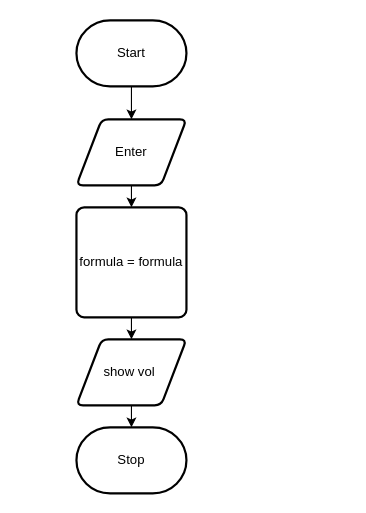
Johanna-liu16/ICS2O-Unit-5-07-JS keeps this draw.io diagram as design/flowchart.drawio. Above is the earlier version. Source tidied: cells renumbered, new cells numbered last; positions are measured from the earlier drawing's top-left corner, leaving out a move shared by most shapes. Both pictures are drawn from the tidied source at 110%, with x=0, y=0 at pixel (76, 20).
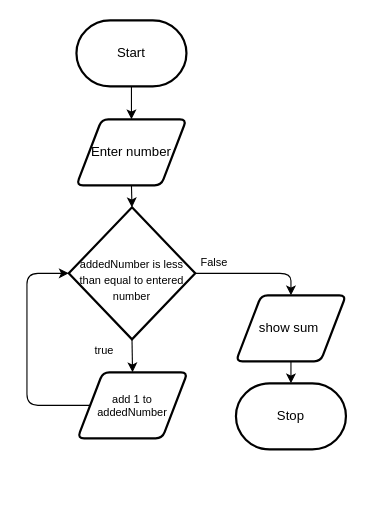
The same page after the edit.

The edit, as a diff of the source:
```diff
@@
 <mxGraphModel>
   <root>
     <mxCell id="0" />
     <mxCell id="1" parent="0" />
     <mxCell id="2" style="edgeStyle=none;html=1;exitX=0.5;exitY=1;exitDx=0;exitDy=0;exitPerimeter=0;entryX=0.5;entryY=0;entryDx=0;entryDy=0;" parent="1" edge="1" source="3" target="5">
       <mxGeometry relative="1" as="geometry" />
     </mxCell>
     <mxCell id="3" value="Start" style="strokeWidth=2;html=1;shape=mxgraph.flowchart.terminator;whiteSpace=wrap;" parent="1" vertex="1">
       <mxGeometry width="100" height="60" as="geometry" />
     </mxCell>
-    <mxCell id="4" style="edgeStyle=none;html=1;exitX=0.5;exitY=1;exitDx=0;exitDy=0;" parent="1" edge="1" source="5" target="7">
-      <mxGeometry relative="1" as="geometry" />
-    </mxCell>
+    <mxCell id="11" style="edgeStyle=none;html=1;exitX=0.5;exitY=1;exitDx=0;exitDy=0;entryX=0.5;entryY=0;entryDx=0;entryDy=0;entryPerimeter=0;fontSize=10;" parent="1" edge="1" source="5" target="14">
+      <mxGeometry relative="1" as="geometry" />
+    </mxCell>
-    <mxCell id="5" value="Enter" style="shape=parallelogram;html=1;strokeWidth=2;perimeter=parallelogramPerimeter;whiteSpace=wrap;rounded=1;arcSize=12;size=0.23;" parent="1" vertex="1">
+    <mxCell id="5" value="Enter number" style="shape=parallelogram;html=1;strokeWidth=2;perimeter=parallelogramPerimeter;whiteSpace=wrap;rounded=1;arcSize=12;size=0.23;" parent="1" vertex="1">
       <mxGeometry y="90" width="100" height="60" as="geometry" />
     </mxCell>
-    <mxCell id="6" style="edgeStyle=none;html=1;exitX=0.5;exitY=1;exitDx=0;exitDy=0;" parent="1" edge="1" source="7" target="9">
-      <mxGeometry relative="1" as="geometry" />
-    </mxCell>
-    <mxCell id="7" value="formula = formula" style="rounded=1;whiteSpace=wrap;html=1;absoluteArcSize=1;arcSize=14;strokeWidth=2;" parent="1" vertex="1">
-      <mxGeometry y="170" width="100" height="100" as="geometry" />
-    </mxCell>
     <mxCell id="8" style="edgeStyle=none;html=1;exitX=0.5;exitY=1;exitDx=0;exitDy=0;entryX=0.5;entryY=0;entryDx=0;entryDy=0;entryPerimeter=0;" parent="1" edge="1" source="9" target="10">
       <mxGeometry relative="1" as="geometry" />
     </mxCell>
-    <mxCell id="9" value="show vol&amp;nbsp;" style="shape=parallelogram;html=1;strokeWidth=2;perimeter=parallelogramPerimeter;whiteSpace=wrap;rounded=1;arcSize=12;size=0.23;" parent="1" vertex="1">
-      <mxGeometry y="290" width="100" height="60" as="geometry" />
+    <mxCell id="9" value="show sum&amp;nbsp;" style="shape=parallelogram;html=1;strokeWidth=2;perimeter=parallelogramPerimeter;whiteSpace=wrap;rounded=1;arcSize=12;size=0.23;" parent="1" vertex="1">
+      <mxGeometry x="145" y="250" width="100" height="60" as="geometry" />
     </mxCell>
     <mxCell id="10" value="Stop" style="strokeWidth=2;html=1;shape=mxgraph.flowchart.terminator;whiteSpace=wrap;" parent="1" vertex="1">
-      <mxGeometry y="370" width="100" height="60" as="geometry" />
+      <mxGeometry x="145" y="330" width="100" height="60" as="geometry" />
     </mxCell>
+    <mxCell id="12" style="edgeStyle=none;html=1;exitX=0.5;exitY=1;exitDx=0;exitDy=0;exitPerimeter=0;entryX=0.5;entryY=0;entryDx=0;entryDy=0;fontSize=10;" parent="1" edge="1" source="14" target="16">
+      <mxGeometry relative="1" as="geometry" />
+    </mxCell>
+    <mxCell id="13" style="edgeStyle=none;html=1;exitX=1;exitY=0.5;exitDx=0;exitDy=0;exitPerimeter=0;fontSize=10;" parent="1" edge="1" source="14" target="9">
+      <mxGeometry relative="1" as="geometry">
+        <Array as="points">
+          <mxPoint x="165" y="230" />
+          <mxPoint x="195" y="230" />
+        </Array>
+      </mxGeometry>
+    </mxCell>
+    <mxCell id="14" value="&lt;font style=&quot;font-size: 10px&quot;&gt;addedNumber is less than equal to entered number&lt;/font&gt;" style="strokeWidth=2;html=1;shape=mxgraph.flowchart.decision;whiteSpace=wrap;spacingBottom=-11;" parent="1" vertex="1">
+      <mxGeometry x="-7" y="170" width="115" height="120" as="geometry" />
+    </mxCell>
+    <mxCell id="15" style="edgeStyle=none;html=1;fontSize=10;entryX=0;entryY=0.5;entryDx=0;entryDy=0;entryPerimeter=0;" parent="1" edge="1" source="16" target="14">
+      <mxGeometry relative="1" as="geometry">
+        <Array as="points">
+          <mxPoint x="-45" y="350" />
+          <mxPoint x="-45" y="230" />
+        </Array>
+      </mxGeometry>
+    </mxCell>
+    <mxCell id="16" value="add 1 to addedNumber" style="shape=parallelogram;html=1;strokeWidth=2;perimeter=parallelogramPerimeter;whiteSpace=wrap;rounded=1;arcSize=12;size=0.23;fontSize=10;" parent="1" vertex="1">
+      <mxGeometry x="1" y="320" width="100" height="60" as="geometry" />
+    </mxCell>
+    <mxCell id="17" value="true" style="text;html=1;align=center;verticalAlign=middle;strokeColor=none;fillColor=none;fontSize=10;" parent="1" vertex="1">
+      <mxGeometry x="10" y="290" width="30" height="20" as="geometry" />
+    </mxCell>
+    <mxCell id="18" value="False" style="text;html=1;align=center;verticalAlign=middle;strokeColor=none;fillColor=none;fontSize=10;" parent="1" vertex="1">
+      <mxGeometry x="105" y="210" width="40" height="20" as="geometry" />
+    </mxCell>
   </root>
 </mxGraphModel>
```
